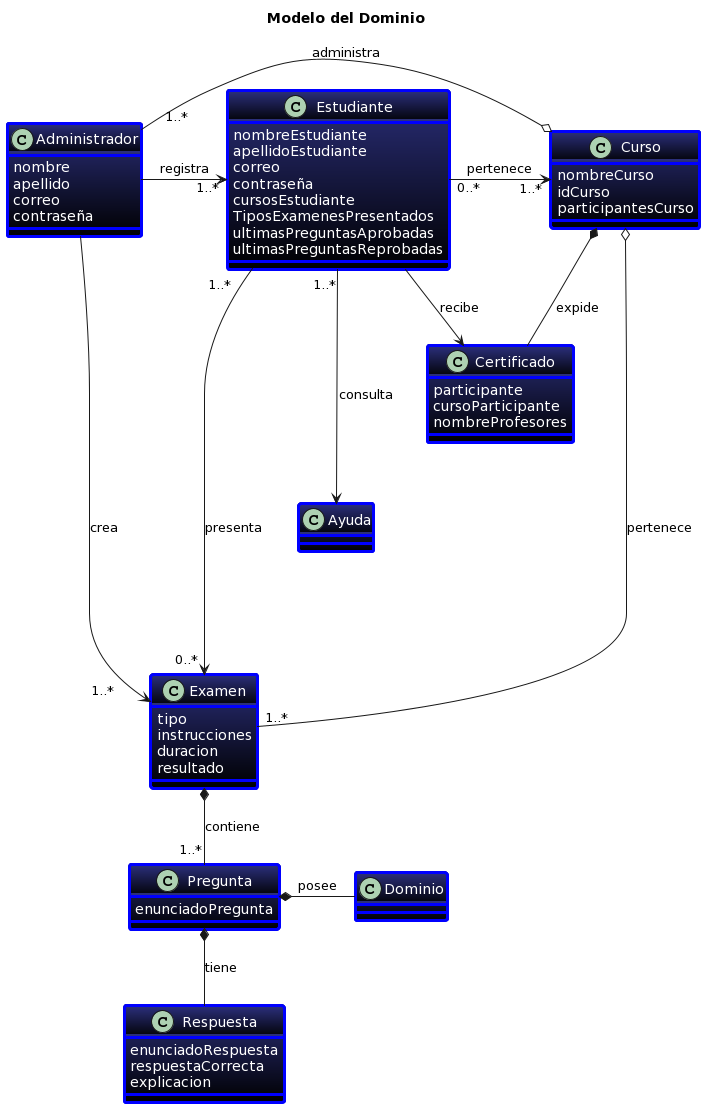
Above: docs/scenariosView/diagramaClasesDominio/Diagrama de clases.png in febres35/EdTech_IS (PlantUML), before the change.
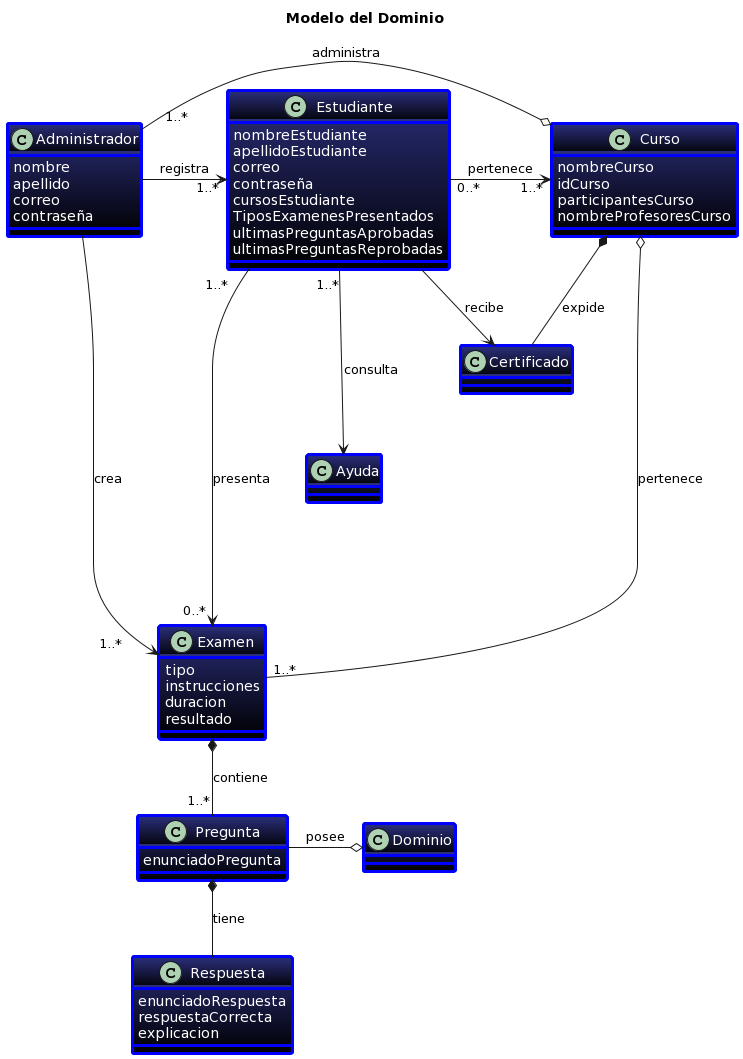
The same file after the commit.

Commit message:
Cambios sugeridos Modelo del Dominio

The edit, as a diff of the source:
```diff
@@ -30,6 +30,7 @@
   nombreCurso
   idCurso
   participantesCurso
+  nombreProfesoresCurso
 }
 class Examen{
   tipo
@@ -49,9 +50,6 @@
   explicacion
 }
 class Certificado{
-  participante
-  cursoParticipante
-  nombreProfesores
 }
 
 Administrador -right-> "1..*       "Examen: crea
@@ -65,7 +63,7 @@
 
 Examen *-down- "1..*"Pregunta: contiene
 Pregunta *-down- Respuesta: tiene
-Pregunta *-right- Dominio: posee
+Pregunta -right-o Dominio: posee
 
 Curso o----- "1..*"Examen: pertenece
 Curso *- Certificado: expide
```
